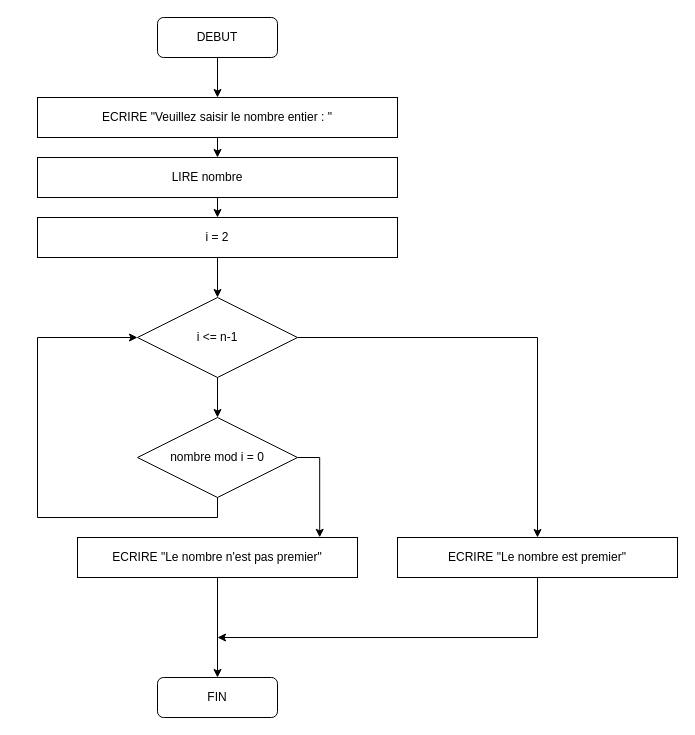
Above: 01 ALGORITHMIQUE/3.5 Nombre premier.drawio in D-CRAVO/FORMATION-DWWM-2022 (draw.io), before the change. Source tidied: cells renumbered, new cells numbered last; positions are measured from the earlier drawing's top-left corner, leaving out a move shared by most shapes. Both pictures are drawn from the tidied source at 100%, with x=0, y=0 at pixel (37, 17).
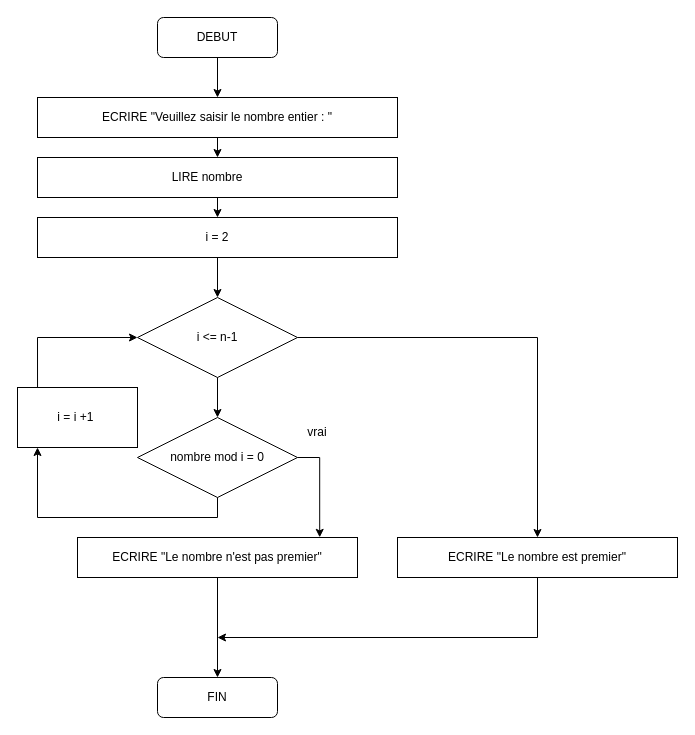
Above is the later version.

The change refers to these unchanged cells:
```xml
<mxCell id="15" style="rhombus;whiteSpace=wrap;html=1;fillColor=none;" parent="1" vertex="1">
  <mxGeometry x="100" y="280" width="160" height="80" as="geometry" />
</mxCell>
<mxCell id="19" style="rhombus;whiteSpace=wrap;html=1;fillColor=none;" parent="1" vertex="1">
  <mxGeometry x="100" y="400" width="160" height="80" as="geometry" />
</mxCell>
```

The edit, as a diff of the source:
```diff
@@
-    <mxCell id="29" style="endArrow=classic;html=1;rounded=0;entryX=0;entryY=0.5;entryDx=0;entryDy=0;exitX=0.5;exitY=1;exitDx=0;exitDy=0;" parent="1" edge="1" source="19" target="15">
+    <mxCell id="29" style="endArrow=classic;html=1;rounded=0;exitX=0.5;exitY=1;exitDx=0;exitDy=0;" parent="1" edge="1" source="19">
       <mxGeometry relative="1" as="geometry">
+        <mxPoint y="430" as="targetPoint" />
         <Array as="points">
           <mxPoint x="180" y="500" />
           <mxPoint y="500" />
-          <mxPoint y="320" />
         </Array>
       </mxGeometry>
     </mxCell>
+    <mxCell id="30" value="vrai" style="text;html=1;strokeColor=none;fillColor=none;align=center;verticalAlign=middle;whiteSpace=wrap;rounded=0;" parent="1" vertex="1">
+      <mxGeometry x="250" y="400" width="60" height="30" as="geometry" />
+    </mxCell>
+    <mxCell id="31" value="i = i +1&amp;nbsp;" style="rounded=0;whiteSpace=wrap;html=1;fillColor=none;" parent="1" vertex="1">
+      <mxGeometry x="-20" y="370" width="120" height="60" as="geometry" />
+    </mxCell>
+    <mxCell id="32" style="endArrow=classic;html=1;rounded=0;exitX=0.167;exitY=0;exitDx=0;exitDy=0;entryX=0;entryY=0.5;entryDx=0;entryDy=0;exitPerimeter=0;" parent="1" edge="1" source="31" target="15">
+      <mxGeometry relative="1" as="geometry">
+        <Array as="points">
+          <mxPoint y="320" />
+        </Array>
+      </mxGeometry>
+    </mxCell>
```
